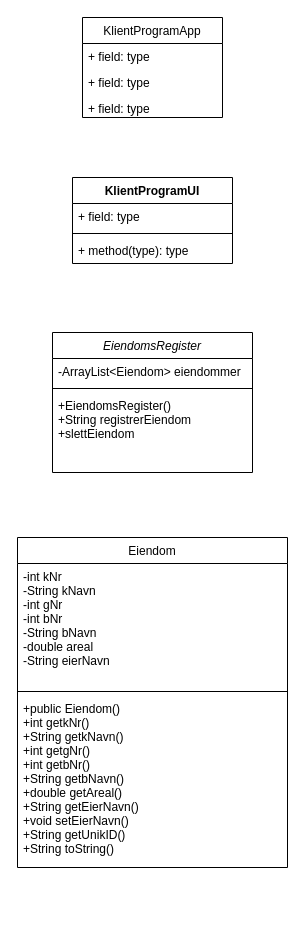
Earlier version of the draw.io diagram Klassediagram Øving11.drawio (eltalstad/Programmering-1). Source tidied: cells renumbered, new cells numbered last; positions are measured from the earlier drawing's top-left corner, leaving out a move shared by most shapes. Both pictures are drawn from the tidied source at 100%, with x=0, y=0 at pixel (17, 17).
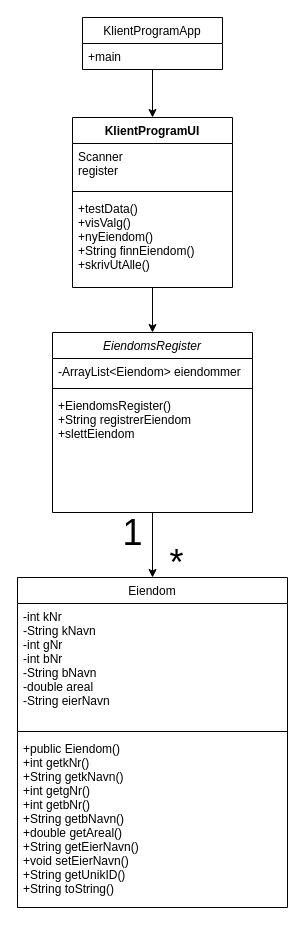
The same diagram, later.

The edit, as a diff of the source:
```diff
@@
+    <mxCell id="18" style="rounded=0;jettySize=auto;html=1;entryX=0.5;entryY=0;entryDx=0;entryDy=0;startSize=26;" parent="1" edge="1" source="2" target="6">
+      <mxGeometry relative="1" as="geometry" />
+    </mxCell>
     <mxCell id="2" value="EiendomsRegister" style="swimlane;fontStyle=2;align=center;verticalAlign=top;horizontal=1;startSize=26;rounded=0;shadow=0;strokeWidth=1;" parent="1" vertex="1">
-      <mxGeometry x="35" y="315" width="200" height="140" as="geometry" />
+      <mxGeometry x="35" y="315" width="200" height="180" as="geometry" />
     </mxCell>
@@
     <mxCell id="5" value="+EiendomsRegister()&#10;+String registrerEiendom&#10;+slettEiendom" style="text;align=left;verticalAlign=top;spacingLeft=4;spacingRight=4;overflow=hidden;" parent="2" vertex="1">
-      <mxGeometry y="60" width="200" height="80" as="geometry" />
+      <mxGeometry y="60" width="200" height="120" as="geometry" />
     </mxCell>
     <mxCell id="6" value="Eiendom" style="swimlane;fontStyle=0;align=center;verticalAlign=top;horizontal=1;startSize=26;rounded=0;shadow=0;strokeWidth=1;" parent="1" vertex="1">
-      <mxGeometry y="520" width="270" height="330" as="geometry" />
+      <mxGeometry y="560" width="270" height="330" as="geometry" />
     </mxCell>
@@
+    <mxCell id="19" style="edgeStyle=none;rounded=0;jettySize=auto;html=1;entryX=0.5;entryY=0;entryDx=0;entryDy=0;fontSize=36;startSize=26;" parent="1" edge="1" source="10" target="2">
+      <mxGeometry relative="1" as="geometry" />
+    </mxCell>
     <mxCell id="10" value="KlientProgramUI" style="swimlane;fontStyle=1;align=center;verticalAlign=top;horizontal=1;startSize=26;rounded=0;shadow=0;strokeWidth=1;" parent="1" vertex="1">
-      <mxGeometry x="55" y="160" width="160" height="86" as="geometry" />
+      <mxGeometry x="55" y="100" width="160" height="170" as="geometry" />
     </mxCell>
-    <mxCell id="11" value="+ field: type" style="text;strokeColor=none;fillColor=none;align=left;verticalAlign=top;spacingLeft=4;spacingRight=4;overflow=hidden;rounded=0;shadow=0;startSize=26;" parent="10" vertex="1">
-      <mxGeometry y="26" width="160" height="26" as="geometry" />
+    <mxCell id="11" value="Scanner&#10;register&#10;" style="text;strokeColor=none;fillColor=none;align=left;verticalAlign=top;spacingLeft=4;spacingRight=4;overflow=hidden;rounded=0;shadow=0;startSize=26;" parent="10" vertex="1">
+      <mxGeometry y="26" width="160" height="44" as="geometry" />
     </mxCell>
     <mxCell id="12" style="line;strokeWidth=1;fillColor=none;align=left;verticalAlign=middle;spacingTop=-1;spacingLeft=3;spacingRight=3;labelPosition=right;rounded=0;shadow=0;startSize=26;" parent="10" vertex="1">
-      <mxGeometry y="52" width="160" height="8" as="geometry" />
+      <mxGeometry y="70" width="160" height="8" as="geometry" />
     </mxCell>
-    <mxCell id="13" value="+ method(type): type" style="text;strokeColor=none;fillColor=none;align=left;verticalAlign=top;spacingLeft=4;spacingRight=4;overflow=hidden;rounded=0;shadow=0;startSize=26;" parent="10" vertex="1">
-      <mxGeometry y="60" width="160" height="26" as="geometry" />
+    <mxCell id="13" value="+testData()&#10;+visValg()&#10;+nyEiendom()&#10;+String finnEiendom()&#10;+skrivUtAlle()" style="text;strokeColor=none;fillColor=none;align=left;verticalAlign=top;spacingLeft=4;spacingRight=4;overflow=hidden;rounded=0;shadow=0;startSize=26;" parent="10" vertex="1">
+      <mxGeometry y="78" width="160" height="92" as="geometry" />
     </mxCell>
+    <mxCell id="20" style="edgeStyle=none;rounded=0;jettySize=auto;html=1;entryX=0.5;entryY=0;entryDx=0;entryDy=0;fontSize=36;startSize=26;" parent="1" edge="1" source="14" target="10">
+      <mxGeometry relative="1" as="geometry" />
+    </mxCell>
     <mxCell id="14" value="KlientProgramApp" style="swimlane;fontStyle=0;horizontal=1;startSize=26;fillColor=none;rounded=0;shadow=0;strokeWidth=1;verticalAlign=top;" parent="1" vertex="1">
-      <mxGeometry x="65" width="140" height="100" as="geometry" />
+      <mxGeometry x="65" width="140" height="52" as="geometry" />
     </mxCell>
-    <mxCell id="15" value="+ field: type" style="text;strokeColor=none;fillColor=none;align=left;verticalAlign=top;spacingLeft=4;spacingRight=4;overflow=hidden;rounded=0;shadow=0;startSize=26;" parent="14" vertex="1">
+    <mxCell id="15" value="+main" style="text;strokeColor=none;fillColor=none;align=left;verticalAlign=top;spacingLeft=4;spacingRight=4;overflow=hidden;rounded=0;shadow=0;startSize=26;" parent="14" vertex="1">
       <mxGeometry y="26" width="140" height="26" as="geometry" />
     </mxCell>
-    <mxCell id="16" value="+ field: type" style="text;strokeColor=none;fillColor=none;align=left;verticalAlign=top;spacingLeft=4;spacingRight=4;overflow=hidden;rounded=0;shadow=0;startSize=26;" parent="14" vertex="1">
-      <mxGeometry y="52" width="140" height="26" as="geometry" />
-    </mxCell>
-    <mxCell id="17" value="+ field: type" style="text;strokeColor=none;fillColor=none;align=left;verticalAlign=top;spacingLeft=4;spacingRight=4;overflow=hidden;rounded=0;shadow=0;startSize=26;" parent="14" vertex="1">
-      <mxGeometry y="78" width="140" height="22" as="geometry" />
-    </mxCell>
+    <mxCell id="21" value="&lt;font style=&quot;font-size: 36px&quot;&gt;*&lt;/font&gt;" style="text;html=1;align=center;verticalAlign=middle;strokeColor=none;fillColor=none;rotation=0;" parent="1" vertex="1">
+      <mxGeometry x="144" y="530" width="30" height="30" as="geometry" />
+    </mxCell>
+    <mxCell id="22" value="1" style="text;html=1;align=center;verticalAlign=middle;strokeColor=none;fillColor=none;fontSize=36;" parent="1" vertex="1">
+      <mxGeometry x="95" y="490" width="40" height="50" as="geometry" />
+    </mxCell>
```
